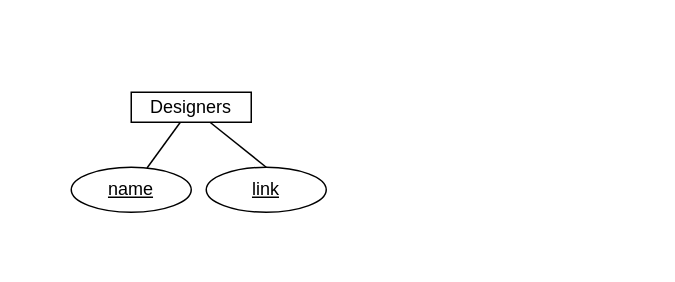
Before: docs/ER_Diagram.drawio in SabreBirdOne/BlasterBrowser, a draw.io diagram. Source tidied: cells renumbered, new cells numbered last; positions are measured from the earlier drawing's top-left corner, leaving out a move shared by most shapes. Both pictures are drawn from the tidied source at 150%, with x=0, y=0 at pixel (70, 92).
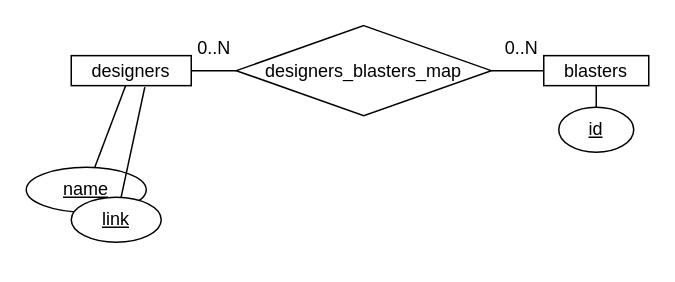
The same diagram, later.

The edit, as a diff of the source:
```diff
@@
 <mxGraphModel>
   <root>
     <mxCell id="0" />
     <mxCell id="1" parent="0" />
     <mxCell id="2" style="rounded=0;jettySize=auto;html=1;endArrow=none;endFill=0;" parent="1" edge="1" source="4" target="5">
       <mxGeometry relative="1" as="geometry" />
     </mxCell>
-    <mxCell id="3" style="rounded=0;jettySize=auto;html=1;entryX=0.5;entryY=0;entryDx=0;entryDy=0;endArrow=none;endFill=0;" parent="1" edge="1" source="4" target="6">
-      <mxGeometry relative="1" as="geometry" />
-    </mxCell>
+    <mxCell id="7" style="rounded=0;jettySize=auto;html=1;endArrow=none;endFill=0;entryX=0;entryY=0.5;entryDx=0;entryDy=0;" parent="1" edge="1" source="4" target="13">
+      <mxGeometry relative="1" as="geometry" />
+    </mxCell>
-    <mxCell id="4" value="Designers" style="rounded=0;whiteSpace=wrap;html=1;" parent="1" vertex="1">
-      <mxGeometry x="40" width="80" height="20" as="geometry" />
+    <mxCell id="4" value="designers" style="rounded=0;whiteSpace=wrap;html=1;" parent="1" vertex="1">
+      <mxGeometry y="-24.4" width="80" height="20" as="geometry" />
     </mxCell>
     <mxCell id="5" value="&lt;u&gt;name&lt;/u&gt;" style="ellipse;whiteSpace=wrap;html=1;rounded=0;" parent="1" vertex="1">
-      <mxGeometry y="50" width="80" height="30" as="geometry" />
+      <mxGeometry x="-30" y="50" width="80" height="30" as="geometry" />
     </mxCell>
+    <mxCell id="8" style="rounded=0;jettySize=auto;html=1;endArrow=none;endFill=0;entryX=0.613;entryY=1.05;entryDx=0;entryDy=0;entryPerimeter=0;" parent="1" edge="1" source="6" target="4">
+      <mxGeometry relative="1" as="geometry" />
+    </mxCell>
-    <mxCell id="6" value="&lt;u&gt;link&lt;/u&gt;" style="ellipse;whiteSpace=wrap;html=1;rounded=0;" parent="1" vertex="1">
-      <mxGeometry x="90" y="50" width="80" height="30" as="geometry" />
+    <mxCell id="6" value="&lt;u&gt;link&lt;/u&gt;" style="ellipse;whiteSpace=wrap;html=1;" parent="1" vertex="1">
+      <mxGeometry y="70" width="60" height="30" as="geometry" />
     </mxCell>
+    <mxCell id="9" value="blasters" style="rounded=0;whiteSpace=wrap;html=1;" parent="1" vertex="1">
+      <mxGeometry x="315" y="-24.4" width="70" height="20" as="geometry" />
+    </mxCell>
+    <mxCell id="10" style="rounded=0;jettySize=auto;html=1;endArrow=none;endFill=0;exitX=0.5;exitY=0;exitDx=0;exitDy=0;" parent="1" edge="1" source="11" target="9">
+      <mxGeometry relative="1" as="geometry" />
+    </mxCell>
+    <mxCell id="11" value="&lt;u&gt;id&lt;/u&gt;" style="ellipse;whiteSpace=wrap;html=1;" parent="1" vertex="1">
+      <mxGeometry x="325" y="10" width="50" height="30" as="geometry" />
+    </mxCell>
+    <mxCell id="12" style="rounded=0;jettySize=auto;html=1;entryX=0;entryY=0.5;entryDx=0;entryDy=0;endArrow=none;endFill=0;exitX=1;exitY=0.5;exitDx=0;exitDy=0;" parent="1" edge="1" source="13" target="9">
+      <mxGeometry relative="1" as="geometry" />
+    </mxCell>
+    <mxCell id="13" value="designers_blasters_map" style="rhombus;whiteSpace=wrap;html=1;" parent="1" vertex="1">
+      <mxGeometry x="110" y="-44.4" width="170" height="60" as="geometry" />
+    </mxCell>
+    <mxCell id="14" style="edgeStyle=orthogonalEdgeStyle;rounded=0;orthogonalLoop=1;jettySize=auto;html=1;exitX=0.5;exitY=1;exitDx=0;exitDy=0;" parent="1" edge="1" source="6" target="6">
+      <mxGeometry relative="1" as="geometry" />
+    </mxCell>
+    <mxCell id="15" value="0..N" style="text;html=1;align=center;verticalAlign=middle;strokeColor=none;fillColor=none;" parent="1" vertex="1">
+      <mxGeometry x="275" y="-44.4" width="50" height="30" as="geometry" />
+    </mxCell>
+    <mxCell id="16" value="0..N" style="text;html=1;align=center;verticalAlign=middle;strokeColor=none;fillColor=none;" parent="1" vertex="1">
+      <mxGeometry x="70" y="-44.4" width="50" height="30" as="geometry" />
+    </mxCell>
   </root>
 </mxGraphModel>
```
